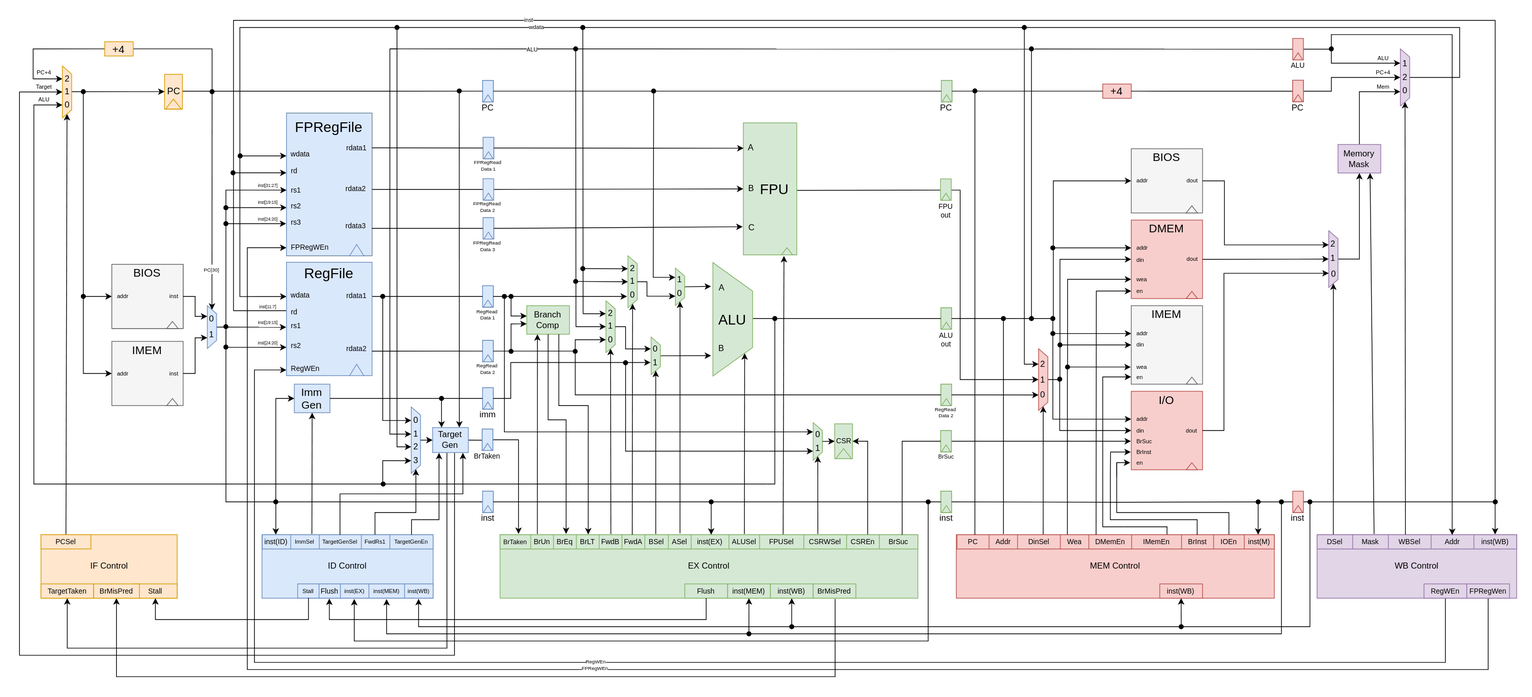
This is docs/diagram.svg from nikodittmar/jane-street-advent-of-fpga, a draw.io export, as it was before one commit. Source tidied: cells renumbered, new cells last; positions are measured from the earlier drawing's top-left corner, leaving out a move shared by most shapes.
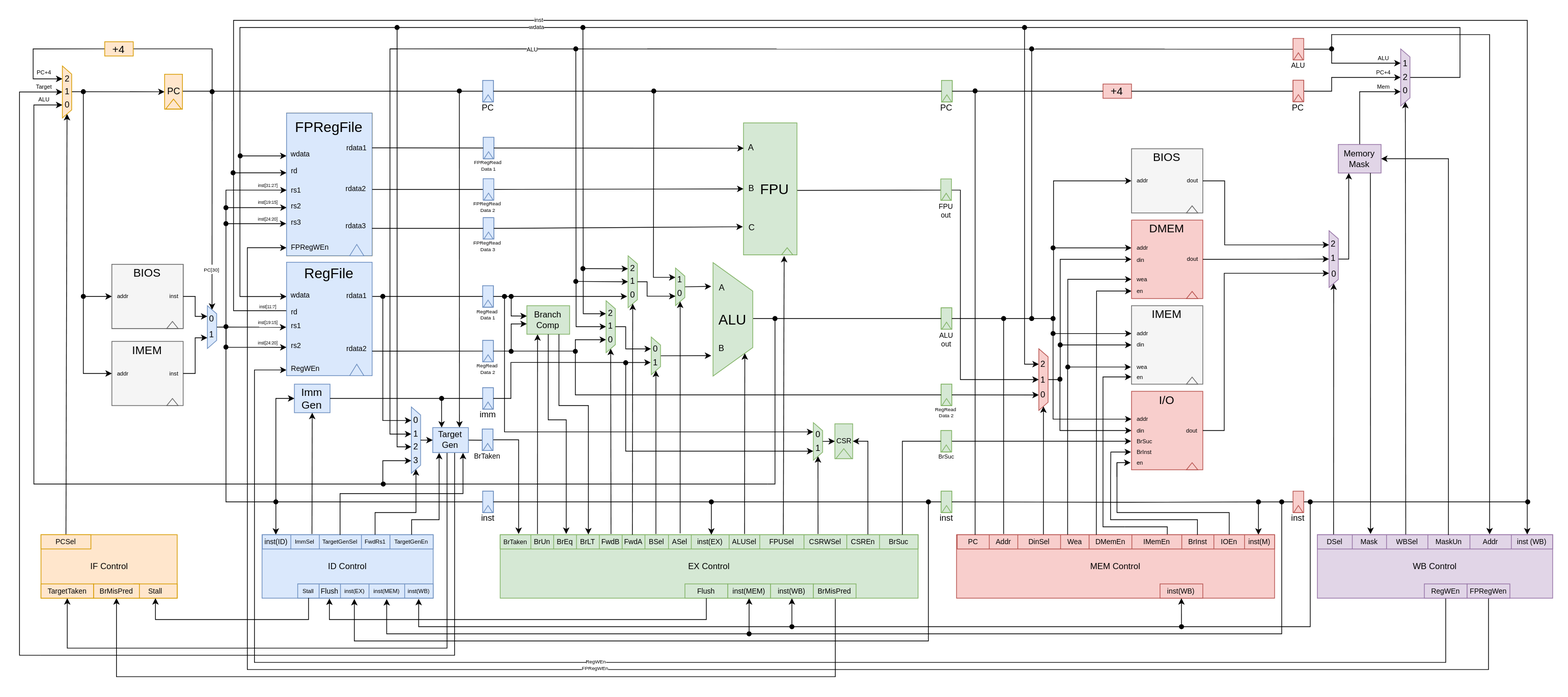
After the change.

What changed in the source:
```diff
@@ -6,7 +6,7 @@
       <mxGeometry x="340" y="721" width="240" height="89" as="geometry" />
     </mxCell>
     <mxCell id="3" style="rounded=0;whiteSpace=wrap;html=1;fillColor=#e1d5e7;strokeColor=#9673a6;" parent="1" vertex="1">
-      <mxGeometry x="1820" y="721" width="280" height="89" as="geometry" />
+      <mxGeometry x="1820" y="721" width="330" height="89" as="geometry" />
     </mxCell>
     <mxCell id="4" style="rounded=0;whiteSpace=wrap;html=1;fillColor=#f8cecc;strokeColor=#b85450;" parent="1" vertex="1">
       <mxGeometry x="1314" y="721" width="446" height="89" as="geometry" />
@@ -340,7 +340,7 @@
       <mxGeometry relative="1" as="geometry">
         <mxPoint x="434.6" y="407" as="targetPoint" />
         <Array as="points">
-          <mxPoint x="2070" />
+          <mxPoint x="2114" />
           <mxPoint x="300" />
           <mxPoint x="300" y="407" />
         </Array>
@@ -475,7 +475,7 @@
     </mxCell>
     <mxCell id="121" style="elbow=vertical;html=1;exitX=1;exitY=0.5;exitDx=0;exitDy=0;endArrow=oval;endFill=1;rounded=0;fontColor=default;" parent="1" edge="1" source="398">
       <mxGeometry relative="1" as="geometry">
-        <mxPoint x="2070" y="675" as="targetPoint" />
+        <mxPoint x="2115" y="675" as="targetPoint" />
       </mxGeometry>
     </mxCell>
     <mxCell id="122" style="edgeStyle=none;html=1;exitX=1;exitY=0.5;exitDx=0;exitDy=0;entryX=0.75;entryY=1;entryDx=0;entryDy=0;fontColor=default;" parent="1" edge="1" target="253">
@@ -601,10 +601,10 @@
         </Array>
       </mxGeometry>
     </mxCell>
-    <mxCell id="154" style="edgeStyle=elbowEdgeStyle;html=1;exitX=0.5;exitY=0;exitDx=0;exitDy=0;rounded=0;curved=0;fontColor=default;entryX=0.5;entryY=1;entryDx=0;entryDy=0;" parent="1" edge="1" source="156" target="390">
+    <mxCell id="154" style="edgeStyle=elbowEdgeStyle;html=1;exitX=0.5;exitY=0;exitDx=0;exitDy=0;rounded=0;curved=0;fontColor=default;entryX=0.25;entryY=1;entryDx=0;entryDy=0;" parent="1" edge="1" source="156" target="390">
       <mxGeometry relative="1" as="geometry">
         <Array as="points">
-          <mxPoint x="1879.4" y="200" />
+          <mxPoint x="1864" y="230" />
         </Array>
       </mxGeometry>
     </mxCell>
@@ -675,26 +675,29 @@
       </mxGeometry>
     </mxCell>
     <mxCell id="171" style="shape=table;startSize=0;fontSize=16;fillColor=#e1d5e7;strokeColor=#9673a6;fontColor=default;" parent="1" vertex="1">
-      <mxGeometry x="1820" y="721" width="280" height="20" as="geometry" />
+      <mxGeometry x="1820" y="721" width="330" height="20" as="geometry" />
     </mxCell>
     <mxCell id="172" style="shape=tableRow;horizontal=0;startSize=0;swimlaneHead=0;swimlaneBody=0;strokeColor=inherit;top=0;left=0;bottom=0;right=0;fillColor=none;points=[[0,0.5],[1,0.5]];portConstraint=eastwest;fontSize=16;fontColor=default;" parent="171" vertex="1">
-      <mxGeometry width="280" height="20" as="geometry" />
+      <mxGeometry width="330" height="20" as="geometry" />
     </mxCell>
     <mxCell id="173" value="DSel" style="shape=partialRectangle;html=1;whiteSpace=wrap;strokeColor=inherit;overflow=hidden;fillColor=none;top=0;left=0;bottom=0;right=0;fontSize=10;fontColor=default;" parent="172" vertex="1">
-      <mxGeometry width="50" height="20" as="geometry" />
+      <mxGeometry width="49" height="20" as="geometry" />
     </mxCell>
     <mxCell id="174" value="Mask" style="shape=partialRectangle;html=1;whiteSpace=wrap;strokeColor=inherit;overflow=hidden;fillColor=none;top=0;left=0;bottom=0;right=0;fontSize=10;fontColor=default;" parent="172" vertex="1">
-      <mxGeometry x="50" width="50" height="20" as="geometry" />
+      <mxGeometry x="49" width="48" height="20" as="geometry" />
     </mxCell>
     <mxCell id="175" value="WBSel" style="shape=partialRectangle;html=1;whiteSpace=wrap;strokeColor=inherit;overflow=hidden;fillColor=none;top=0;left=0;bottom=0;right=0;fontSize=10;fontColor=default;" parent="172" vertex="1">
-      <mxGeometry x="100" width="60" height="20" as="geometry" />
+      <mxGeometry x="97" width="58" height="20" as="geometry" />
     </mxCell>
-    <mxCell id="176" value="Addr" style="shape=partialRectangle;html=1;whiteSpace=wrap;strokeColor=inherit;overflow=hidden;fillColor=none;top=0;left=0;bottom=0;right=0;fontSize=10;fontColor=default;" parent="172" vertex="1">
-      <mxGeometry x="160" width="60" height="20" as="geometry" />
+    <mxCell id="176" value="MaskUn" style="shape=partialRectangle;html=1;whiteSpace=wrap;strokeColor=inherit;overflow=hidden;fillColor=none;top=0;left=0;bottom=0;right=0;fontSize=10;fontColor=default;" parent="172" vertex="1">
+      <mxGeometry x="155" width="59" height="20" as="geometry" />
     </mxCell>
-    <mxCell id="177" value="inst(WB)" style="shape=partialRectangle;html=1;whiteSpace=wrap;strokeColor=inherit;overflow=hidden;fillColor=none;top=0;left=0;bottom=0;right=0;fontSize=10;fontColor=default;" parent="172" vertex="1">
-      <mxGeometry x="220" width="60" height="20" as="geometry" />
+    <mxCell id="177" value="Addr" style="shape=partialRectangle;html=1;whiteSpace=wrap;strokeColor=inherit;overflow=hidden;fillColor=none;top=0;left=0;bottom=0;right=0;fontSize=10;fontColor=default;" parent="172" vertex="1">
+      <mxGeometry x="214" width="58" height="20" as="geometry" />
     </mxCell>
+    <mxCell id="453" value="inst (WB)" style="shape=partialRectangle;html=1;whiteSpace=wrap;strokeColor=inherit;overflow=hidden;fillColor=none;top=0;left=0;bottom=0;right=0;fontSize=10;fontColor=default;" parent="172" vertex="1">
+      <mxGeometry x="272" width="58" height="20" as="geometry" />
+    </mxCell>
     <mxCell id="178" style="endArrow=oval;html=1;startArrow=oval;startFill=1;endFill=1;" parent="1" edge="1">
       <mxGeometry relative="1" as="geometry">
         <mxPoint x="1419.4" y="418" as="sourcePoint" />
@@ -1569,15 +1572,10 @@
         </Array>
       </mxGeometry>
     </mxCell>
-    <mxCell id="389" style="edgeStyle=none;html=1;exitX=0.75;exitY=1;exitDx=0;exitDy=0;entryX=0.75;entryY=1;entryDx=0;entryDy=0;" parent="1" edge="1" target="390">
-      <mxGeometry relative="1" as="geometry">
-        <mxPoint x="1900" y="720" as="sourcePoint" />
-      </mxGeometry>
-    </mxCell>
     <mxCell id="390" value="Memory Mask" style="rounded=0;whiteSpace=wrap;html=1;fillColor=#e1d5e7;strokeColor=#9673a6;" parent="1" vertex="1">
       <mxGeometry x="1849.4" y="174" width="60" height="40" as="geometry" />
     </mxCell>
-    <mxCell id="391" style="endArrow=classic;html=1;edgeStyle=elbowEdgeStyle;elbow=vertical;rounded=0;curved=0;startArrow=oval;startFill=1;entryX=0.677;entryY=0.023;entryDx=0;entryDy=0;entryPerimeter=0;" parent="1" edge="1" target="172">
+    <mxCell id="391" style="endArrow=classic;html=1;edgeStyle=elbowEdgeStyle;elbow=vertical;rounded=0;curved=0;startArrow=oval;startFill=1;entryX=0.732;entryY=-0.022;entryDx=0;entryDy=0;entryPerimeter=0;" parent="1" edge="1" target="172">
       <mxGeometry relative="1" as="geometry">
         <mxPoint x="1840" y="40" as="sourcePoint" />
         <Array as="points">
@@ -1676,7 +1674,7 @@
       <mxGeometry x="2030" y="790" width="60" height="20" as="geometry" />
     </mxCell>
     <mxCell id="414" value="WB Control" style="text;html=1;align=center;verticalAlign=middle;whiteSpace=wrap;rounded=0;" parent="1" vertex="1">
-      <mxGeometry x="1905" y="750.5" width="110" height="30" as="geometry" />
+      <mxGeometry x="1930" y="750.5" width="110" height="30" as="geometry" />
     </mxCell>
     <mxCell id="415" value="ID Control" style="text;html=1;align=center;verticalAlign=middle;whiteSpace=wrap;rounded=0;" parent="1" vertex="1">
       <mxGeometry x="405.2" y="750.5" width="110" height="30" as="geometry" />
@@ -1842,5 +1840,15 @@
         </Array>
       </mxGeometry>
     </mxCell>
+    <mxCell id="454" style="edgeStyle=elbowEdgeStyle;html=1;exitX=0.557;exitY=0.023;exitDx=0;exitDy=0;entryX=1;entryY=0.5;entryDx=0;entryDy=0;exitPerimeter=0;elbow=vertical;rounded=0;curved=0;" parent="1" edge="1" source="172" target="390">
+      <mxGeometry relative="1" as="geometry">
+        <Array as="points">
+          <mxPoint x="1960" y="194" />
+        </Array>
+      </mxGeometry>
+    </mxCell>
+    <mxCell id="455" style="edgeStyle=none;html=1;exitX=0.75;exitY=1;exitDx=0;exitDy=0;entryX=0.226;entryY=-0.05;entryDx=0;entryDy=0;entryPerimeter=0;" parent="1" edge="1" source="390" target="171">
+      <mxGeometry relative="1" as="geometry" />
+    </mxCell>
   </root>
 </mxGraphModel>
```
